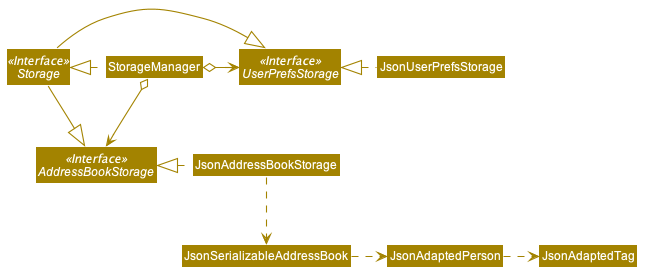
The PlantUML diagram docs/images/StorageClassDiagram.png in nus-cs2103-AY2021S2/tp, before a commit.
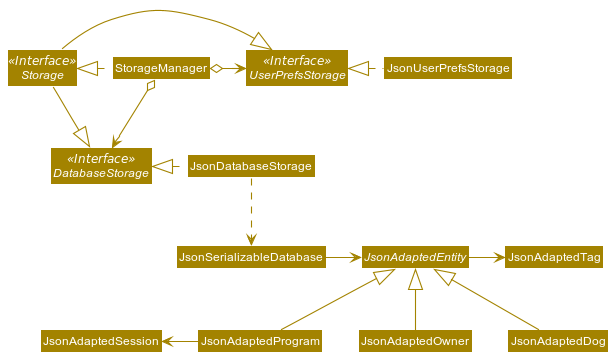
Later version of the same file.

Commit message:
DG: Update Storage class diagram and correct capitalisation issues

The edit, as a diff of the source:
```diff
@@ -1,74 +1,33 @@
 @startuml
-
-
-
-
-
-
-
-
-skinparam BackgroundColor #FFFFFFF
-
-skinparam Shadowing false
-
-skinparam Class {
-    FontColor #FFFFFF
-    BorderThickness 1
-    BorderColor #FFFFFF
-    StereotypeFontColor #FFFFFF
-    FontName Arial
-}
-
-skinparam Actor {
-    BorderColor #000000
-    Color #000000
-    FontName Arial
-}
-
-skinparam Sequence {
-    MessageAlign center
-    BoxFontSize 15
-    BoxPadding 0
-    BoxFontColor #FFFFFF
-    FontName Arial
-}
-
-skinparam Participant {
-    FontColor #FFFFFFF
-    Padding 20
-}
-
-skinparam MinClassWidth 50
-skinparam ParticipantPadding 10
-skinparam Shadowing false
-skinparam DefaultTextAlignment center
-skinparam packageStyle Rectangle
-
-hide footbox
-hide members
-hide circle
+!include style.puml
 skinparam arrowThickness 1.1
-skinparam arrowColor #A38300
-skinparam classBackgroundColor #A38300
+skinparam arrowColor STORAGE_COLOR
+skinparam classBackgroundColor STORAGE_COLOR
 
 Interface Storage <<Interface>>
 Interface UserPrefsStorage <<Interface>>
-Interface AddressBookStorage <<Interface>>
+Interface DatabaseStorage <<Interface>>
 
 Class StorageManager
 Class JsonUserPrefsStorage
-Class JsonAddressBookStorage
+Class JsonDatabaseStorage
+abstract Class JsonAdaptedEntity
 
 StorageManager .left.|> Storage
 StorageManager o-right-> UserPrefsStorage
-StorageManager o--> AddressBookStorage
+StorageManager o--> DatabaseStorage
 
 Storage -|> UserPrefsStorage
-Storage -|> AddressBookStorage
+Storage -|> DatabaseStorage
 
 JsonUserPrefsStorage .left.|> UserPrefsStorage
-JsonAddressBookStorage .left.|> AddressBookStorage
-JsonAddressBookStorage .down.> JsonSerializableAddressBook
-JsonSerializableAddressBook .right.> JsonAdaptedPerson
-JsonAdaptedPerson .right.> JsonAdaptedTag
+JsonDatabaseStorage .left.|> DatabaseStorage
+JsonDatabaseStorage .down.> JsonSerializableDatabase
+JsonSerializableDatabase -right-> JsonAdaptedEntity
+JsonAdaptedEntity -right-> JsonAdaptedTag
+
+JsonAdaptedEntity ^-- JsonAdaptedOwner
+JsonAdaptedEntity ^-- JsonAdaptedDog
+JsonAdaptedEntity ^-- JsonAdaptedProgram
+JsonAdaptedProgram -left-> JsonAdaptedSession
 @enduml
```
